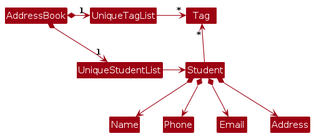
Before: diagrams/BetterModelClassDiagram.png, a diagram exported from PlantUML (AY2627S1-CS2103T-F14a-1/tp). Its source is kept beside it as diagrams/BetterModelClassDiagram.puml.
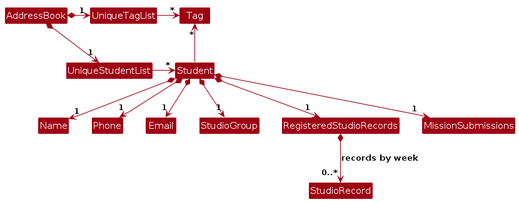
After the commit.

The edit, as a diff of the source:
```diff
@@ -7,15 +7,23 @@
 AddressBook *-right-> "1" UniqueStudentList
 AddressBook *-right-> "1" UniqueTagList
 UniqueTagList -[hidden]down- UniqueStudentList
-UniqueTagList -[hidden]down- UniqueStudentList
 
 UniqueTagList -right-> "*" Tag
-UniqueStudentList -right-> Student
+UniqueStudentList -right-> "*" Student
 
 Student -up-> "*" Tag
 
-Student *--> Name
-Student *--> Phone
-Student *--> Email
-Student *--> Address
+Student *--> "1" Name
+Student *--> "1" Phone
+Student *--> "1" Email
+Student *--> "1" StudioGroup
+Student *--> "1" RegisteredStudioRecords
+RegisteredStudioRecords *--> "0..*" StudioRecord : records by week
+Student *--> "1" MissionSubmissions
+
+Name -[hidden]right-> Phone
+Phone -[hidden]right-> Email
+Email -[hidden]right-> StudioGroup
+StudioGroup -[hidden]right-> RegisteredStudioRecords
+RegisteredStudioRecords -[hidden]right-> MissionSubmissions
 @enduml
```
